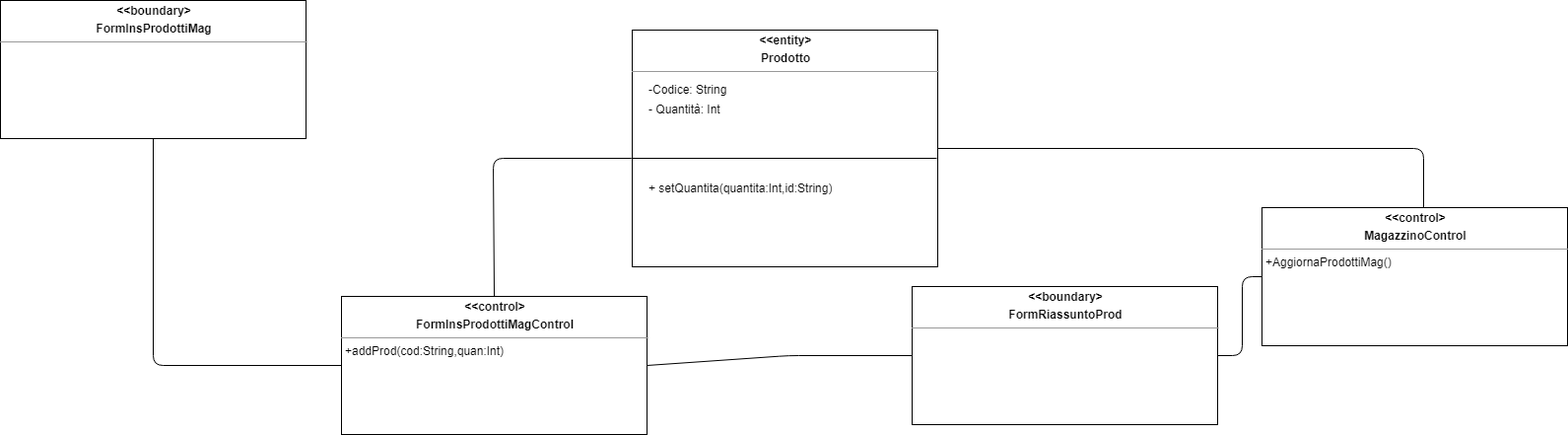
Ciro-Fusco/NewDM keeps this draw.io diagram as Object&SequenceDiagram/OD_2.png. Above is the earlier version. Source tidied: cells renumbered, new cells last; positions are measured from the earlier drawing's top-left corner, leaving out a move shared by most shapes.
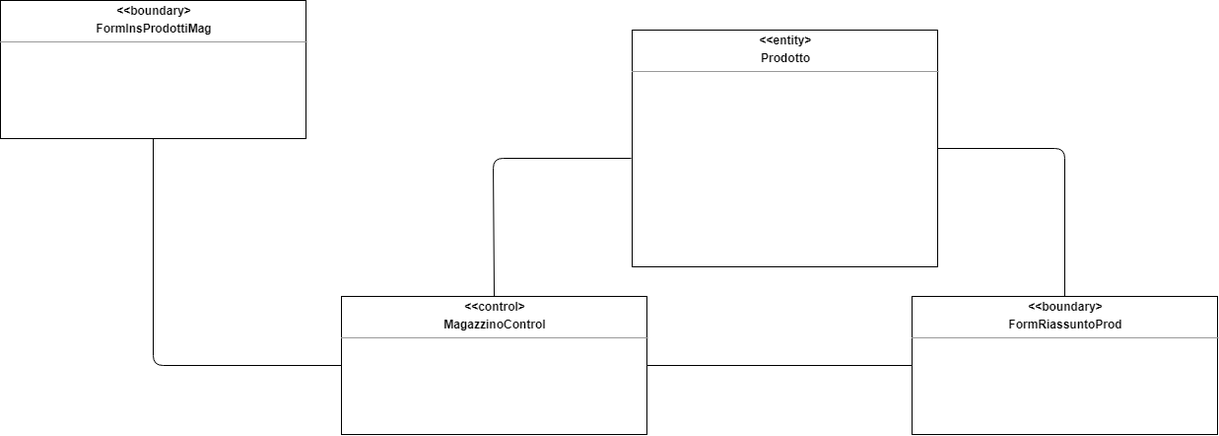
After the change.

Change to the diagram source:
```diff
@@ -5,33 +5,15 @@
     <mxCell id="2" value="&lt;p style=&quot;margin: 0px ; margin-top: 4px ; text-align: center&quot;&gt;&lt;b&gt;&amp;lt;&amp;lt;entity&amp;gt;&lt;/b&gt;&lt;/p&gt;&lt;p style=&quot;margin: 0px ; margin-top: 4px ; text-align: center&quot;&gt;&lt;b&gt;Prodotto&lt;/b&gt;&lt;/p&gt;&lt;hr size=&quot;1&quot;&gt;&lt;p style=&quot;margin: 0px ; margin-left: 4px&quot;&gt;&lt;br&gt;&lt;/p&gt;" style="verticalAlign=top;align=left;overflow=fill;fontSize=12;fontFamily=Helvetica;html=1;rounded=0;shadow=0;comic=0;labelBackgroundColor=none;strokeWidth=1;" parent="1" vertex="1">
       <mxGeometry x="641" y="30" width="310" height="240" as="geometry" />
     </mxCell>
-    <mxCell id="3" style="endArrow=none;html=1;" parent="1" edge="1">
-      <mxGeometry relative="1" as="geometry">
-        <mxPoint x="950" y="160" as="sourcePoint" />
-        <mxPoint x="640" y="160" as="targetPoint" />
-      </mxGeometry>
-    </mxCell>
-    <mxCell id="4" value="-Codice: String" style="text;html=1;strokeColor=none;fillColor=none;align=left;verticalAlign=middle;whiteSpace=wrap;rounded=0;" parent="1" vertex="1">
-      <mxGeometry x="656" y="80" width="200" height="20" as="geometry" />
-    </mxCell>
-    <mxCell id="5" value="- Quantità: Int" style="text;html=1;strokeColor=none;fillColor=none;align=left;verticalAlign=middle;whiteSpace=wrap;rounded=0;" parent="1" vertex="1">
-      <mxGeometry x="656" y="100" width="200" height="20" as="geometry" />
-    </mxCell>
     <mxCell id="6" value="&lt;p style=&quot;margin: 0px ; margin-top: 4px ; text-align: center&quot;&gt;&lt;b&gt;&amp;lt;&amp;lt;boundary&amp;gt;&lt;/b&gt;&lt;/p&gt;&lt;p style=&quot;margin: 0px ; margin-top: 4px ; text-align: center&quot;&gt;&lt;b&gt;FormInsProdottiMag&lt;/b&gt;&lt;/p&gt;&lt;hr size=&quot;1&quot;&gt;&lt;p style=&quot;margin: 0px ; margin-left: 4px&quot;&gt;&lt;br&gt;&lt;/p&gt;" style="verticalAlign=top;align=left;overflow=fill;fontSize=12;fontFamily=Helvetica;html=1;rounded=0;shadow=0;comic=0;labelBackgroundColor=none;strokeWidth=1;" parent="1" vertex="1">
       <mxGeometry width="310" height="140" as="geometry" />
     </mxCell>
-    <mxCell id="7" value="&lt;p style=&quot;margin: 0px ; margin-top: 4px ; text-align: center&quot;&gt;&lt;b&gt;&amp;lt;&amp;lt;control&amp;gt;&lt;/b&gt;&lt;/p&gt;&lt;p style=&quot;margin: 0px ; margin-top: 4px ; text-align: center&quot;&gt;&lt;b&gt;FormInsProdottiMagControl&lt;/b&gt;&lt;/p&gt;&lt;hr size=&quot;1&quot;&gt;&lt;p style=&quot;margin: 0px ; margin-left: 4px&quot;&gt;+addProd(cod:String,quan:Int)&lt;/p&gt;" style="verticalAlign=top;align=left;overflow=fill;fontSize=12;fontFamily=Helvetica;html=1;rounded=0;shadow=0;comic=0;labelBackgroundColor=none;strokeWidth=1;" parent="1" vertex="1">
+    <mxCell id="7" value="&lt;p style=&quot;margin: 0px ; margin-top: 4px ; text-align: center&quot;&gt;&lt;b&gt;&amp;lt;&amp;lt;control&amp;gt;&lt;/b&gt;&lt;/p&gt;&lt;p style=&quot;margin: 0px ; margin-top: 4px ; text-align: center&quot;&gt;&lt;b&gt;MagazzinoControl&lt;/b&gt;&lt;/p&gt;&lt;hr size=&quot;1&quot;&gt;&lt;p style=&quot;margin: 0px ; margin-left: 4px&quot;&gt;&lt;br&gt;&lt;/p&gt;" style="verticalAlign=top;align=left;overflow=fill;fontSize=12;fontFamily=Helvetica;html=1;rounded=0;shadow=0;comic=0;labelBackgroundColor=none;strokeWidth=1;" parent="1" vertex="1">
       <mxGeometry x="346" y="300" width="310" height="140" as="geometry" />
     </mxCell>
-    <mxCell id="8" value="+ setQuantita(quantita:Int,id:String)" style="text;html=1;strokeColor=none;fillColor=none;align=left;verticalAlign=middle;whiteSpace=wrap;rounded=0;" parent="1" vertex="1">
-      <mxGeometry x="656" y="180" width="284" height="20" as="geometry" />
-    </mxCell>
     <mxCell id="9" value="&lt;p style=&quot;margin: 0px ; margin-top: 4px ; text-align: center&quot;&gt;&lt;b&gt;&amp;lt;&amp;lt;boundary&amp;gt;&lt;/b&gt;&lt;/p&gt;&lt;p style=&quot;margin: 0px ; margin-top: 4px ; text-align: center&quot;&gt;&lt;b&gt;FormRiassuntoProd&lt;/b&gt;&lt;/p&gt;&lt;hr size=&quot;1&quot;&gt;&lt;p style=&quot;margin: 0px ; margin-left: 4px&quot;&gt;&lt;br&gt;&lt;/p&gt;" style="verticalAlign=top;align=left;overflow=fill;fontSize=12;fontFamily=Helvetica;html=1;rounded=0;shadow=0;comic=0;labelBackgroundColor=none;strokeWidth=1;" parent="1" vertex="1">
-      <mxGeometry x="925" y="290" width="310" height="140" as="geometry" />
+      <mxGeometry x="925" y="300" width="310" height="140" as="geometry" />
     </mxCell>
-    <mxCell id="10" value="&lt;p style=&quot;margin: 0px ; margin-top: 4px ; text-align: center&quot;&gt;&lt;b&gt;&amp;lt;&amp;lt;control&amp;gt;&lt;/b&gt;&lt;/p&gt;&lt;p style=&quot;margin: 0px ; margin-top: 4px ; text-align: center&quot;&gt;&lt;b&gt;MagazzinoControl&lt;/b&gt;&lt;/p&gt;&lt;hr size=&quot;1&quot;&gt;&lt;p style=&quot;margin: 0px ; margin-left: 4px&quot;&gt;+AggiornaProdottiMag()&lt;/p&gt;" style="verticalAlign=top;align=left;overflow=fill;fontSize=12;fontFamily=Helvetica;html=1;rounded=0;shadow=0;comic=0;labelBackgroundColor=none;strokeWidth=1;" parent="1" vertex="1">
-      <mxGeometry x="1280" y="210" width="310" height="140" as="geometry" />
-    </mxCell>
     <mxCell id="11" style="endArrow=none;html=1;entryX=0.5;entryY=1;entryDx=0;entryDy=0;exitX=0;exitY=0.5;exitDx=0;exitDy=0;" parent="1" edge="1" source="7" target="6">
       <mxGeometry relative="1" as="geometry">
         <Array as="points">
@@ -48,24 +30,12 @@
       </mxGeometry>
     </mxCell>
     <mxCell id="13" style="endArrow=none;html=1;entryX=1;entryY=0.5;entryDx=0;entryDy=0;exitX=0;exitY=0.5;exitDx=0;exitDy=0;" parent="1" edge="1" source="9" target="7">
-      <mxGeometry relative="1" as="geometry">
-        <Array as="points">
-          <mxPoint x="800" y="360" />
-        </Array>
-      </mxGeometry>
+      <mxGeometry relative="1" as="geometry" />
     </mxCell>
-    <mxCell id="14" style="endArrow=none;html=1;exitX=1;exitY=0.5;exitDx=0;exitDy=0;entryX=0;entryY=0.5;entryDx=0;entryDy=0;" parent="1" edge="1" source="9" target="10">
-      <mxGeometry relative="1" as="geometry">
-        <Array as="points">
-          <mxPoint x="1260" y="360" />
-          <mxPoint x="1260" y="280" />
-        </Array>
-      </mxGeometry>
-    </mxCell>
-    <mxCell id="15" style="endArrow=none;html=1;exitX=1;exitY=0.5;exitDx=0;exitDy=0;entryX=0.529;entryY=0;entryDx=0;entryDy=0;entryPerimeter=0;" parent="1" edge="1" source="2" target="10">
+    <mxCell id="15" style="endArrow=none;html=1;exitX=1;exitY=0.5;exitDx=0;exitDy=0;entryX=0.5;entryY=0;entryDx=0;entryDy=0;" parent="1" edge="1" source="2" target="9">
       <mxGeometry relative="1" as="geometry">
         <Array as="points">
-          <mxPoint x="1444" y="150" />
+          <mxPoint x="1080" y="150" />
         </Array>
       </mxGeometry>
     </mxCell>
```
